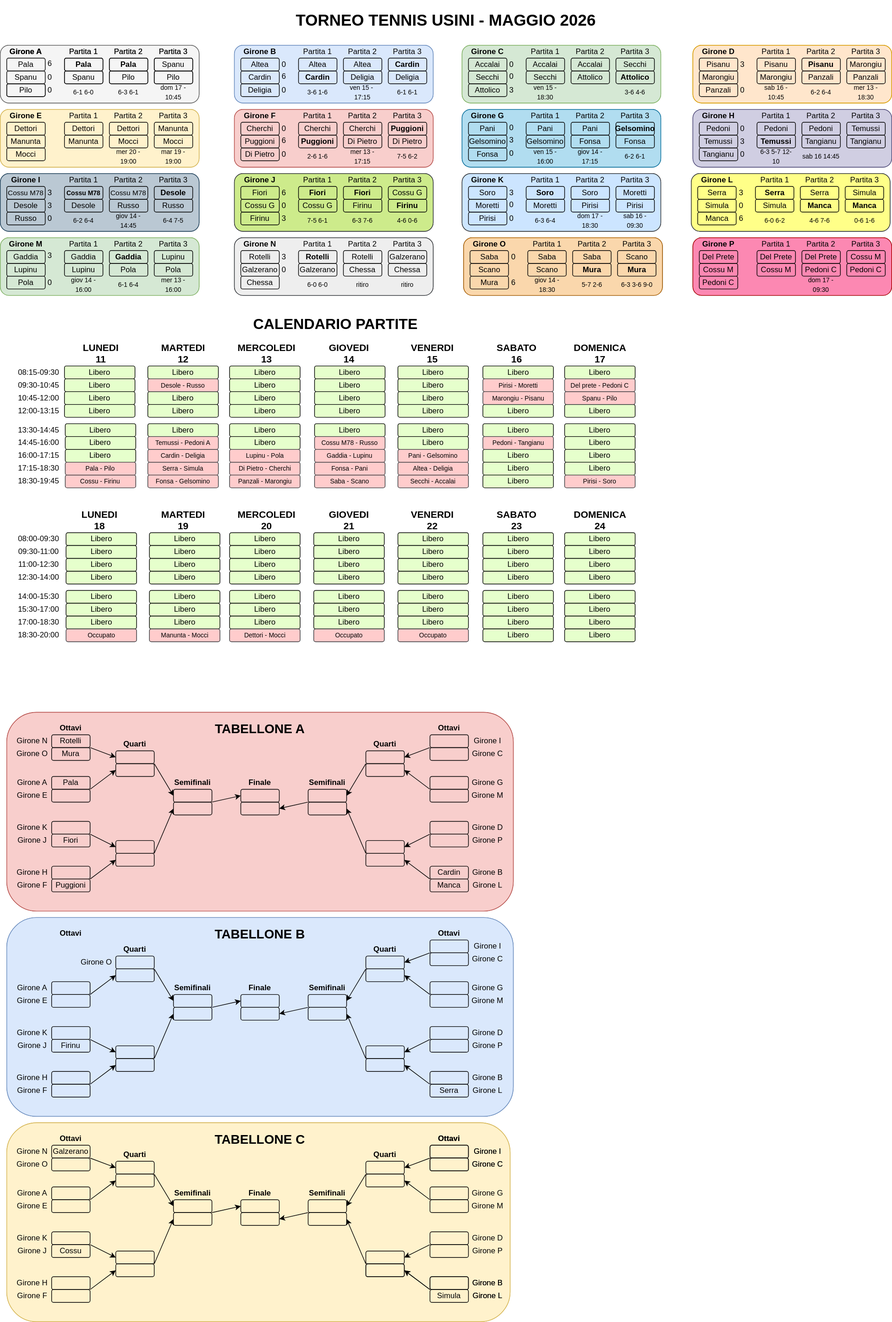
The draw.io diagram torneo-tennis-2026/tabellone.drawio.svg in cscalaresu/tornei, before a commit. Source tidied: cells renumbered, new cells last; positions are measured from the earlier drawing's top-left corner, leaving out a move shared by most shapes.
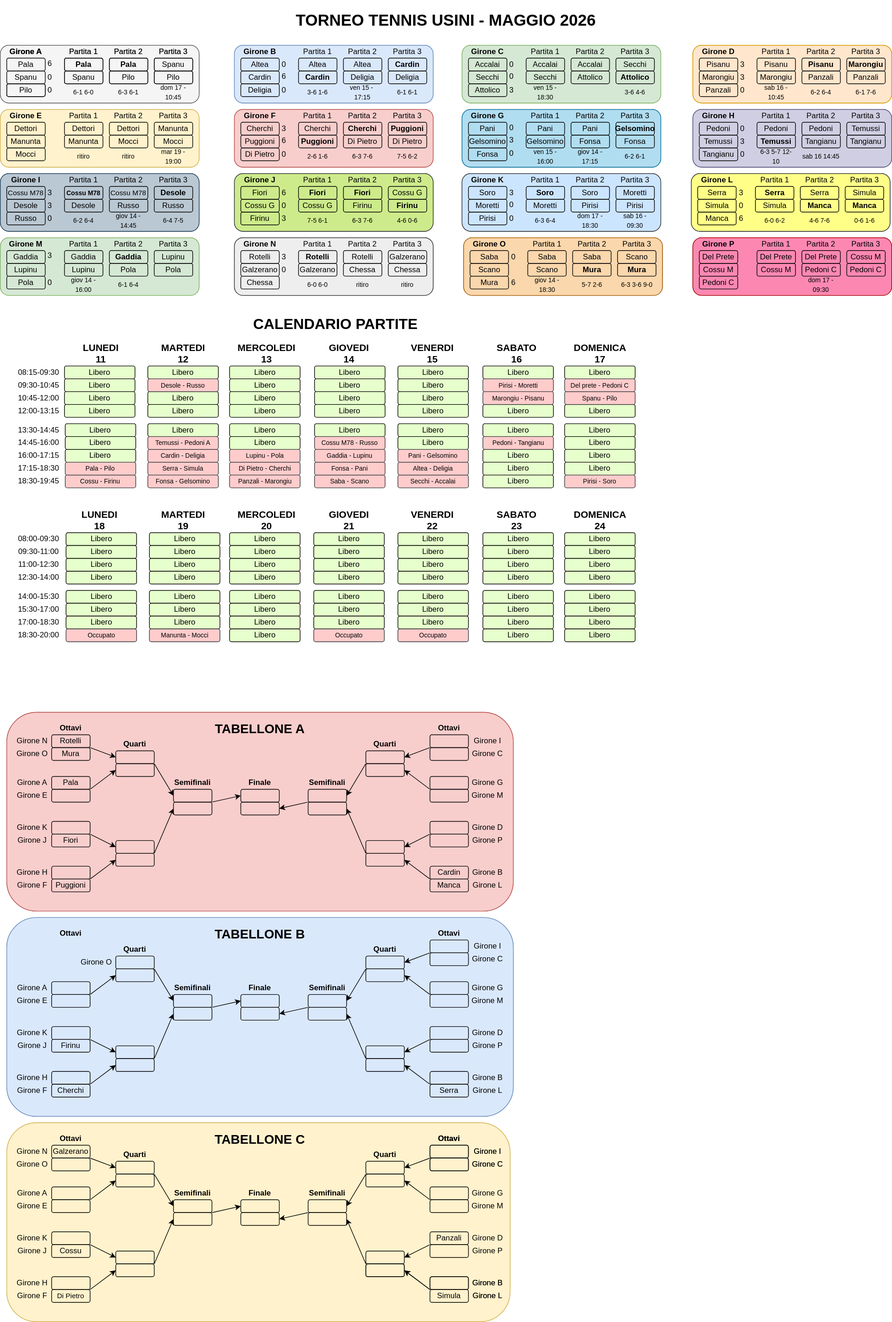
Later version of the same file.

Change to the diagram source:
```diff
@@ -260,7 +260,7 @@
     <mxCell id="87" value="Cherchi" style="rounded=1;whiteSpace=wrap;html=1;fillColor=none;fontStyle=0;" parent="1" vertex="1">
       <mxGeometry x="465" y="190" width="60" height="20" as="geometry" />
     </mxCell>
-    <mxCell id="88" value="Cherchi" style="rounded=1;whiteSpace=wrap;html=1;fillColor=none;fontStyle=0;" parent="1" vertex="1">
+    <mxCell id="88" value="Cherchi" style="rounded=1;whiteSpace=wrap;html=1;fillColor=none;fontStyle=1;" parent="1" vertex="1">
       <mxGeometry x="535" y="190" width="60" height="20" as="geometry" />
     </mxCell>
     <mxCell id="89" value="&lt;b&gt;Girone F&lt;/b&gt;" style="text;html=1;align=center;verticalAlign=middle;whiteSpace=wrap;rounded=0;" parent="1" vertex="1">
@@ -635,7 +635,7 @@
     <mxCell id="212" value="Marongiu" style="rounded=1;whiteSpace=wrap;html=1;fillColor=none;" parent="1" vertex="1">
       <mxGeometry x="1180" y="110" width="60" height="20" as="geometry" />
     </mxCell>
-    <mxCell id="213" value="Marongiu" style="rounded=1;whiteSpace=wrap;html=1;fillColor=none;" parent="1" vertex="1">
+    <mxCell id="213" value="Marongiu" style="rounded=1;whiteSpace=wrap;html=1;fillColor=none;fontStyle=1;" parent="1" vertex="1">
       <mxGeometry x="1320" y="90" width="60" height="20" as="geometry" />
     </mxCell>
     <mxCell id="214" value="Di Pietro" style="rounded=1;whiteSpace=wrap;html=1;fillColor=none;" parent="1" vertex="1">
@@ -1669,7 +1669,7 @@
     <mxCell id="554" style="rounded=1;whiteSpace=wrap;html=1;fillColor=none;" parent="1" vertex="1">
       <mxGeometry x="80" y="1670" width="60" height="20" as="geometry" />
     </mxCell>
-    <mxCell id="555" style="rounded=1;whiteSpace=wrap;html=1;fillColor=none;" parent="1" vertex="1">
+    <mxCell id="555" value="Cherchi" style="rounded=1;whiteSpace=wrap;html=1;fillColor=none;" parent="1" vertex="1">
       <mxGeometry x="80" y="1690" width="60" height="20" as="geometry" />
     </mxCell>
     <mxCell id="556" value="Girone H" style="text;html=1;align=center;verticalAlign=middle;whiteSpace=wrap;rounded=0;" parent="1" vertex="1">
@@ -1872,7 +1872,7 @@
     <mxCell id="621" style="rounded=1;whiteSpace=wrap;html=1;fillColor=none;" parent="1" vertex="1">
       <mxGeometry x="80" y="1990" width="60" height="20" as="geometry" />
     </mxCell>
-    <mxCell id="622" value="&lt;font style=&quot;font-size: 11px;&quot;&gt;&lt;br&gt;&lt;/font&gt;" style="rounded=1;whiteSpace=wrap;html=1;fillColor=none;" parent="1" vertex="1">
+    <mxCell id="622" value="&lt;font style=&quot;font-size: 11px;&quot;&gt;Di Pietro&lt;/font&gt;" style="rounded=1;whiteSpace=wrap;html=1;fillColor=none;" parent="1" vertex="1">
       <mxGeometry x="80" y="2010" width="60" height="20" as="geometry" />
     </mxCell>
     <mxCell id="623" value="Girone H" style="text;html=1;align=center;verticalAlign=middle;whiteSpace=wrap;rounded=0;" parent="1" vertex="1">
@@ -1976,7 +1976,7 @@
     <mxCell id="655" style="rounded=1;whiteSpace=wrap;html=1;fillColor=none;" parent="1" vertex="1">
       <mxGeometry x="670" y="1870" width="60" height="20" as="geometry" />
     </mxCell>
-    <mxCell id="656" style="rounded=1;whiteSpace=wrap;html=1;fillColor=none;" parent="1" vertex="1">
+    <mxCell id="656" value="Panzali" style="rounded=1;whiteSpace=wrap;html=1;fillColor=none;" parent="1" vertex="1">
       <mxGeometry x="670" y="1920" width="60" height="20" as="geometry" />
     </mxCell>
     <mxCell id="657" style="rounded=1;whiteSpace=wrap;html=1;fillColor=none;" parent="1" vertex="1">
@@ -2285,7 +2285,7 @@
     <mxCell id="757" value="&lt;font style=&quot;font-size: 10px;&quot;&gt;Di Pietro - Cherchi&lt;/font&gt;" style="rounded=1;whiteSpace=wrap;html=1;fillColor=#ffcccc;strokeColor=#36393d;" parent="1" vertex="1">
       <mxGeometry x="357.5" y="720" width="110" height="20" as="geometry" />
     </mxCell>
-    <mxCell id="758" value="&lt;font style=&quot;font-size: 10px;&quot;&gt;mer 13 - 17:15&lt;/font&gt;" style="text;html=1;whiteSpace=wrap;strokeColor=none;fillColor=none;align=center;verticalAlign=middle;rounded=0;" parent="1" vertex="1">
+    <mxCell id="758" value="&lt;font style=&quot;font-size: 10px;&quot;&gt;6-3 7-6&lt;/font&gt;" style="text;html=1;whiteSpace=wrap;strokeColor=none;fillColor=none;align=center;verticalAlign=middle;rounded=0;" parent="1" vertex="1">
       <mxGeometry x="535" y="230" width="60" height="25" as="geometry" />
     </mxCell>
     <mxCell id="759" value="&lt;font style=&quot;font-size: 10px;&quot;&gt;3-6 4-6&lt;/font&gt;" style="text;html=1;whiteSpace=wrap;strokeColor=none;fillColor=none;align=center;verticalAlign=middle;rounded=0;" parent="1" vertex="1">
@@ -2300,7 +2300,7 @@
     <mxCell id="762" value="&lt;font style=&quot;font-size: 10px;&quot;&gt;Panzali - Marongiu&lt;/font&gt;" style="rounded=1;whiteSpace=wrap;html=1;fillColor=#ffcccc;strokeColor=#36393d;" parent="1" vertex="1">
       <mxGeometry x="357.5" y="740" width="110" height="20" as="geometry" />
     </mxCell>
-    <mxCell id="763" value="&lt;font size=&quot;1&quot;&gt;mer 13 - 18:30&lt;/font&gt;" style="text;html=1;whiteSpace=wrap;strokeColor=none;fillColor=none;align=center;verticalAlign=middle;rounded=0;" parent="1" vertex="1">
+    <mxCell id="763" value="&lt;font size=&quot;1&quot;&gt;6-1 7-6&lt;/font&gt;" style="text;html=1;whiteSpace=wrap;strokeColor=none;fillColor=none;align=center;verticalAlign=middle;rounded=0;" parent="1" vertex="1">
       <mxGeometry x="1320" y="130" width="60" height="25" as="geometry" />
     </mxCell>
     <mxCell id="764" value="&lt;font size=&quot;1&quot;&gt;dom 17 - 18:30&lt;/font&gt;" style="text;html=1;whiteSpace=wrap;strokeColor=none;fillColor=none;align=center;verticalAlign=middle;rounded=0;" parent="1" vertex="1">
@@ -2357,7 +2357,7 @@
     <mxCell id="781" value="&lt;font style=&quot;font-size: 10px;&quot;&gt;mar 19 - 19:00&lt;/font&gt;" style="text;html=1;whiteSpace=wrap;strokeColor=none;fillColor=none;align=center;verticalAlign=middle;rounded=0;" parent="1" vertex="1">
       <mxGeometry x="240" y="230" width="60" height="25" as="geometry" />
     </mxCell>
-    <mxCell id="782" value="&lt;font style=&quot;font-size: 10px;&quot;&gt;mer 20 - 19:00&lt;/font&gt;" style="text;html=1;whiteSpace=wrap;strokeColor=none;fillColor=none;align=center;verticalAlign=middle;rounded=0;" parent="1" vertex="1">
+    <mxCell id="782" value="&lt;font style=&quot;font-size: 10px;&quot;&gt;ritiro&lt;/font&gt;" style="text;html=1;whiteSpace=wrap;strokeColor=none;fillColor=none;align=center;verticalAlign=middle;rounded=0;" parent="1" vertex="1">
       <mxGeometry x="170" y="230" width="60" height="25" as="geometry" />
     </mxCell>
     <mxCell id="783" value="&lt;font style=&quot;font-size: 10px;&quot;&gt;sab 16 14:45&lt;/font&gt;" style="text;html=1;whiteSpace=wrap;strokeColor=none;fillColor=none;align=center;verticalAlign=middle;rounded=0;" parent="1" vertex="1">
@@ -2384,9 +2384,6 @@
     <mxCell id="790" value="6" style="text;html=1;whiteSpace=wrap;strokeColor=none;fillColor=none;align=center;verticalAlign=middle;rounded=0;" parent="1" vertex="1">
       <mxGeometry x="792.5" y="427.5" width="15" height="25" as="geometry" />
     </mxCell>
-    <mxCell id="791" value="&lt;font style=&quot;font-size: 10px;&quot;&gt;mer 13 - 16:00&lt;/font&gt;" style="text;html=1;whiteSpace=wrap;strokeColor=none;fillColor=none;align=center;verticalAlign=middle;rounded=0;" parent="1" vertex="1">
-      <mxGeometry x="240" y="430" width="60" height="25" as="geometry" />
-    </mxCell>
     <mxCell id="792" value="&lt;font style=&quot;font-size: 10px;&quot;&gt;Lupinu - Pola&lt;/font&gt;" style="rounded=1;whiteSpace=wrap;html=1;fillColor=#ffcccc;strokeColor=#36393d;" parent="1" vertex="1">
       <mxGeometry x="357.5" y="700" width="110" height="20" as="geometry" />
     </mxCell>
@@ -2477,7 +2474,7 @@
     <mxCell id="821" value="0" style="text;html=1;whiteSpace=wrap;strokeColor=none;fillColor=none;align=center;verticalAlign=middle;rounded=0;" parent="1" vertex="1">
       <mxGeometry x="435" y="307.5" width="15" height="25" as="geometry" />
     </mxCell>
-    <mxCell id="822" value="0" style="text;html=1;whiteSpace=wrap;strokeColor=none;fillColor=none;align=center;verticalAlign=middle;rounded=0;" parent="1" vertex="1">
+    <mxCell id="822" value="3" style="text;html=1;whiteSpace=wrap;strokeColor=none;fillColor=none;align=center;verticalAlign=middle;rounded=0;" parent="1" vertex="1">
       <mxGeometry x="435" y="187.5" width="15" height="25" as="geometry" />
     </mxCell>
     <mxCell id="823" value="0" style="text;html=1;whiteSpace=wrap;strokeColor=none;fillColor=none;align=center;verticalAlign=middle;rounded=0;" parent="1" vertex="1">
@@ -2672,9 +2669,6 @@
     <mxCell id="886" value="&lt;font style=&quot;font-size: 10px;&quot;&gt;Manunta - Mocci&lt;/font&gt;" style="rounded=1;whiteSpace=wrap;html=1;fillColor=#ffcccc;strokeColor=#36393d;" parent="1" vertex="1">
       <mxGeometry x="232.5" y="980" width="110" height="20" as="geometry" />
     </mxCell>
-    <mxCell id="887" value="&lt;font style=&quot;font-size: 10px;&quot;&gt;Dettori - Mocci&lt;/font&gt;" style="rounded=1;whiteSpace=wrap;html=1;fillColor=#ffcccc;strokeColor=#36393d;" parent="1" vertex="1">
-      <mxGeometry x="357.5" y="980" width="110" height="20" as="geometry" />
-    </mxCell>
     <mxCell id="888" value="0" style="text;html=1;whiteSpace=wrap;strokeColor=none;fillColor=none;align=center;verticalAlign=middle;rounded=0;" parent="1" vertex="1">
       <mxGeometry x="70" y="127.5" width="15" height="25" as="geometry" />
     </mxCell>
@@ -2711,5 +2705,14 @@
     <mxCell id="899" value="&lt;font style=&quot;font-size: 10px;&quot;&gt;Occupato&lt;/font&gt;" style="rounded=1;whiteSpace=wrap;html=1;fillColor=#ffcccc;strokeColor=#36393d;" parent="1" vertex="1">
       <mxGeometry x="620" y="980" width="110" height="20" as="geometry" />
     </mxCell>
+    <mxCell id="900" value="&lt;font style=&quot;font-size: 10px;&quot;&gt;ritiro&lt;/font&gt;" style="text;html=1;whiteSpace=wrap;strokeColor=none;fillColor=none;align=center;verticalAlign=middle;rounded=0;" parent="1" vertex="1">
+      <mxGeometry x="100" y="230" width="60" height="25" as="geometry" />
+    </mxCell>
+    <mxCell id="901" value="Libero" style="rounded=1;whiteSpace=wrap;html=1;fontStyle=0;fillColor=#E6FFCC;" parent="1" vertex="1">
+      <mxGeometry x="357.5" y="980" width="110" height="20" as="geometry" />
+    </mxCell>
+    <mxCell id="902" value="3" style="text;html=1;whiteSpace=wrap;strokeColor=none;fillColor=none;align=center;verticalAlign=middle;rounded=0;" parent="1" vertex="1">
+      <mxGeometry x="1150" y="107.5" width="15" height="25" as="geometry" />
+    </mxCell>
   </root>
 </mxGraphModel>
```
